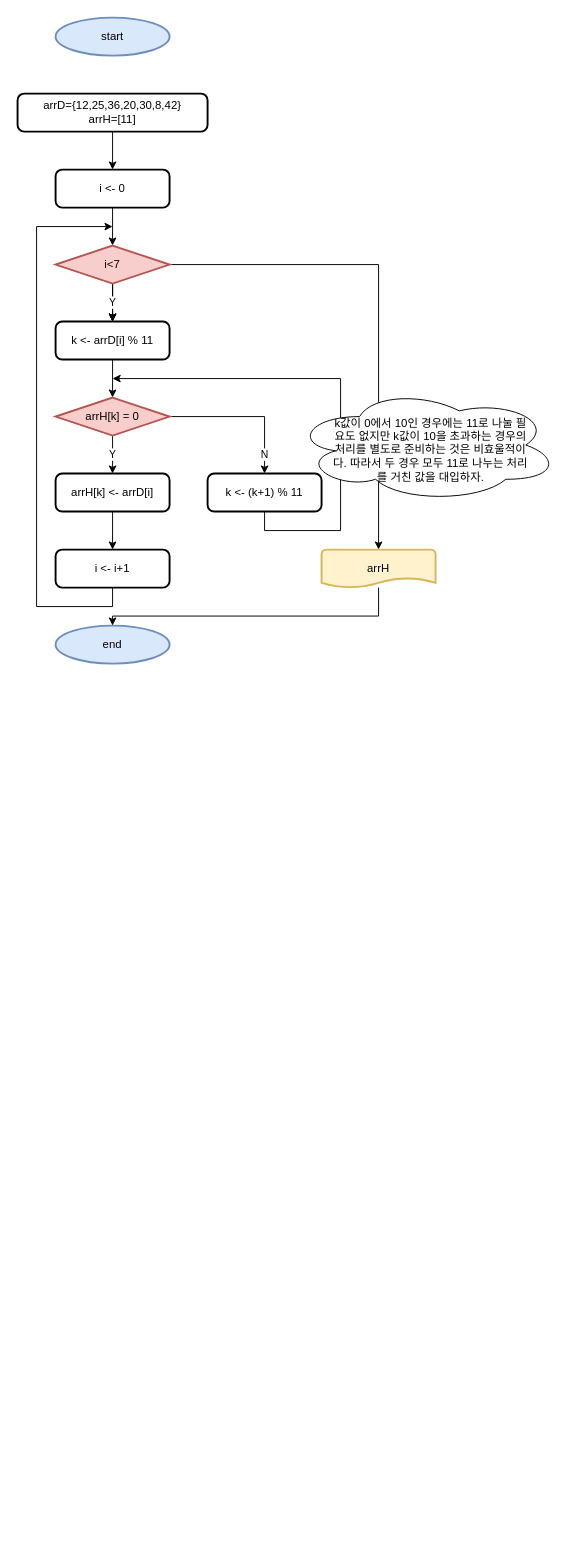
Mockingbirs/algorithm keeps this draw.io diagram as Hash.drawio. Above is the earlier version. Source tidied: cells renumbered, new cells numbered last; positions are measured from the earlier drawing's top-left corner, leaving out a move shared by most shapes. Both pictures are drawn from the tidied source at 95%, with x=0, y=0 at pixel (17, 17).
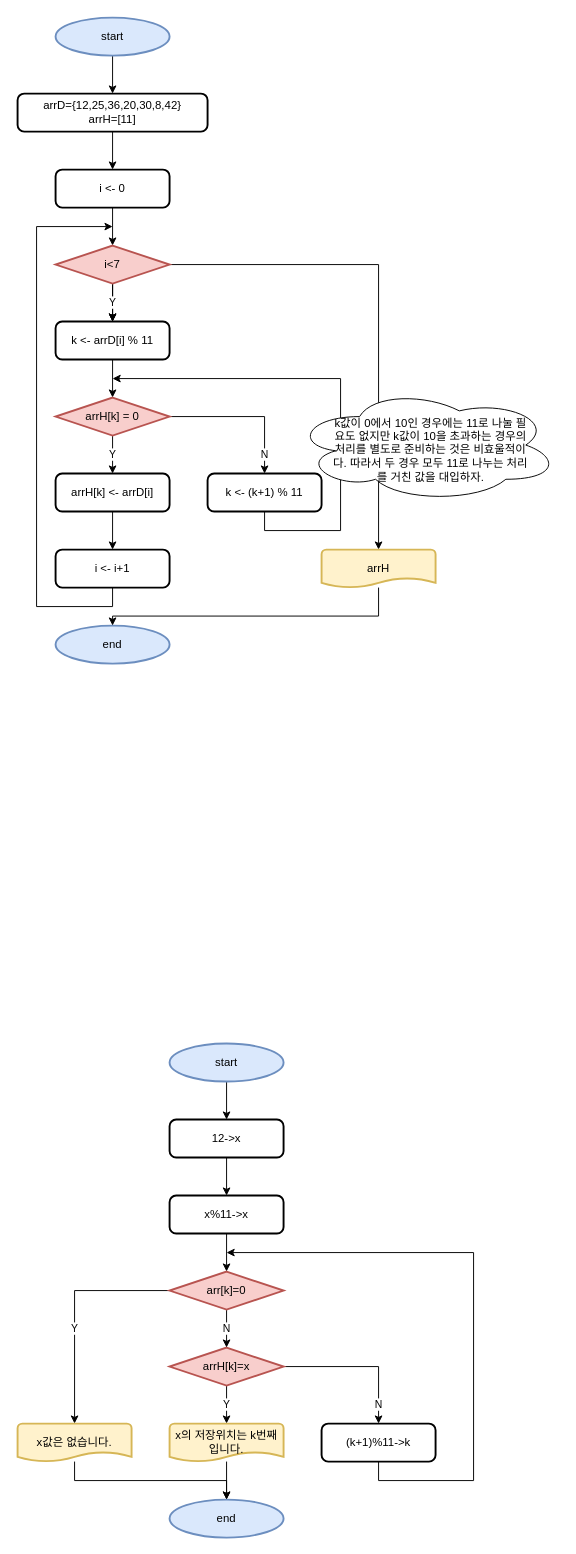
The same page after the edit.

Unchanged cells that the change refers to:
```xml
<mxCell id="2" value="start" style="strokeWidth=2;html=1;shape=mxgraph.flowchart.start_1;whiteSpace=wrap;fillColor=#dae8fc;strokeColor=#6c8ebf;" parent="1" vertex="1">
  <mxGeometry x="40" width="120" height="40" as="geometry" />
</mxCell>
<mxCell id="4" value="arrD={12,25,36,20,30,8,42}&lt;br&gt;arrH=[11]" style="rounded=1;whiteSpace=wrap;html=1;absoluteArcSize=1;arcSize=14;strokeWidth=2;" parent="1" vertex="1">
  <mxGeometry y="80" width="200" height="40" as="geometry" />
</mxCell>
```

The edit, as a diff of the source:
```diff
@@
+    <mxCell id="27" style="edgeStyle=orthogonalEdgeStyle;rounded=0;jettySize=auto;html=1;" parent="1" edge="1" source="2" target="4">
+      <mxGeometry relative="1" as="geometry" />
+    </mxCell>
@@
+    <mxCell id="28" style="edgeStyle=orthogonalEdgeStyle;rounded=0;jettySize=auto;html=1;" parent="1" edge="1" source="29" target="31">
+      <mxGeometry relative="1" as="geometry" />
+    </mxCell>
+    <mxCell id="29" value="start" style="strokeWidth=2;html=1;shape=mxgraph.flowchart.start_1;whiteSpace=wrap;fillColor=#dae8fc;strokeColor=#6c8ebf;" parent="1" vertex="1">
+      <mxGeometry x="160" y="1080" width="120" height="40" as="geometry" />
+    </mxCell>
+    <mxCell id="30" style="edgeStyle=orthogonalEdgeStyle;rounded=0;jettySize=auto;html=1;" parent="1" edge="1" source="31" target="33">
+      <mxGeometry relative="1" as="geometry" />
+    </mxCell>
+    <mxCell id="31" value="12-&amp;gt;x" style="rounded=1;whiteSpace=wrap;html=1;absoluteArcSize=1;arcSize=14;strokeWidth=2;" parent="1" vertex="1">
+      <mxGeometry x="160" y="1160" width="120" height="40" as="geometry" />
+    </mxCell>
+    <mxCell id="32" style="edgeStyle=orthogonalEdgeStyle;rounded=0;jettySize=auto;html=1;" parent="1" edge="1" source="33" target="44">
+      <mxGeometry relative="1" as="geometry" />
+    </mxCell>
+    <mxCell id="33" value="x%11-&amp;gt;x" style="rounded=1;whiteSpace=wrap;html=1;absoluteArcSize=1;arcSize=14;strokeWidth=2;" parent="1" vertex="1">
+      <mxGeometry x="160" y="1240" width="120" height="40" as="geometry" />
+    </mxCell>
+    <mxCell id="34" value="Y" style="edgeStyle=orthogonalEdgeStyle;rounded=0;jettySize=auto;html=1;" parent="1" edge="1" source="36" target="38">
+      <mxGeometry relative="1" as="geometry" />
+    </mxCell>
+    <mxCell id="35" value="N" style="edgeStyle=orthogonalEdgeStyle;rounded=0;jettySize=auto;html=1;entryX=0.5;entryY=0;entryDx=0;entryDy=0;" parent="1" edge="1" source="36" target="41">
+      <mxGeometry x="0.75" relative="1" as="geometry">
+        <Array as="points">
+          <mxPoint x="380" y="1420" />
+        </Array>
+      </mxGeometry>
+    </mxCell>
+    <mxCell id="36" value="arrH[k]=x" style="strokeWidth=2;html=1;shape=mxgraph.flowchart.decision;whiteSpace=wrap;fillColor=#f8cecc;strokeColor=#b85450;" parent="1" vertex="1">
+      <mxGeometry x="160" y="1400" width="120" height="40" as="geometry" />
+    </mxCell>
+    <mxCell id="37" style="edgeStyle=orthogonalEdgeStyle;rounded=0;jettySize=auto;html=1;" parent="1" edge="1" source="38" target="39">
+      <mxGeometry relative="1" as="geometry" />
+    </mxCell>
+    <mxCell id="38" value="x의 저장위치는 k번째입니다." style="strokeWidth=2;html=1;shape=mxgraph.flowchart.document2;whiteSpace=wrap;size=0.25;fillColor=#fff2cc;strokeColor=#d6b656;" parent="1" vertex="1">
+      <mxGeometry x="160" y="1480" width="120" height="40" as="geometry" />
+    </mxCell>
+    <mxCell id="39" value="end" style="strokeWidth=2;html=1;shape=mxgraph.flowchart.start_1;whiteSpace=wrap;fillColor=#dae8fc;strokeColor=#6c8ebf;" parent="1" vertex="1">
+      <mxGeometry x="160" y="1560" width="120" height="40" as="geometry" />
+    </mxCell>
+    <mxCell id="40" style="edgeStyle=orthogonalEdgeStyle;rounded=0;jettySize=auto;html=1;" parent="1" edge="1" source="41">
+      <mxGeometry relative="1" as="geometry">
+        <mxPoint x="220" y="1300" as="targetPoint" />
+        <Array as="points">
+          <mxPoint x="380" y="1540" />
+          <mxPoint x="480" y="1540" />
+          <mxPoint x="480" y="1300" />
+        </Array>
+      </mxGeometry>
+    </mxCell>
+    <mxCell id="41" value="(k+1)%11-&amp;gt;k" style="rounded=1;whiteSpace=wrap;html=1;absoluteArcSize=1;arcSize=14;strokeWidth=2;" parent="1" vertex="1">
+      <mxGeometry x="320" y="1480" width="120" height="40" as="geometry" />
+    </mxCell>
+    <mxCell id="42" value="N" style="edgeStyle=orthogonalEdgeStyle;rounded=0;jettySize=auto;html=1;" parent="1" edge="1" source="44" target="36">
+      <mxGeometry relative="1" as="geometry" />
+    </mxCell>
+    <mxCell id="43" value="Y" style="edgeStyle=orthogonalEdgeStyle;rounded=0;jettySize=auto;html=1;entryX=0.5;entryY=0;entryDx=0;entryDy=0;entryPerimeter=0;" parent="1" edge="1" source="44" target="46">
+      <mxGeometry x="0.17" relative="1" as="geometry" />
+    </mxCell>
+    <mxCell id="44" value="arr[k]=0" style="strokeWidth=2;html=1;shape=mxgraph.flowchart.decision;whiteSpace=wrap;fillColor=#f8cecc;strokeColor=#b85450;" parent="1" vertex="1">
+      <mxGeometry x="160" y="1320" width="120" height="40" as="geometry" />
+    </mxCell>
+    <mxCell id="45" style="edgeStyle=orthogonalEdgeStyle;rounded=0;jettySize=auto;html=1;entryX=0.5;entryY=0;entryDx=0;entryDy=0;entryPerimeter=0;" parent="1" edge="1" source="46" target="39">
+      <mxGeometry relative="1" as="geometry">
+        <Array as="points">
+          <mxPoint x="60" y="1540" />
+          <mxPoint x="220" y="1540" />
+        </Array>
+      </mxGeometry>
+    </mxCell>
+    <mxCell id="46" value="x값은 없습니다." style="strokeWidth=2;html=1;shape=mxgraph.flowchart.document2;whiteSpace=wrap;size=0.25;fillColor=#fff2cc;strokeColor=#d6b656;" parent="1" vertex="1">
+      <mxGeometry y="1480" width="120" height="40" as="geometry" />
+    </mxCell>
```
